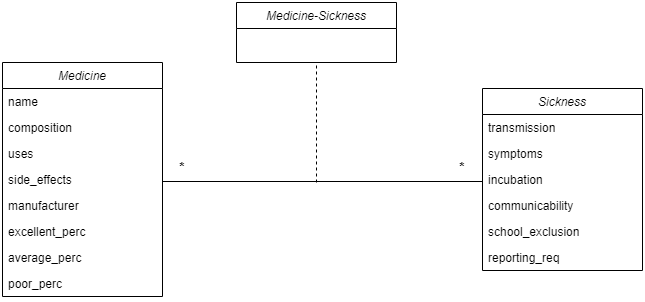
Earlier version of the draw.io export misc/pri_uml.png (sirkotal/primed). Source tidied: cells renumbered, new cells last; positions are measured from the earlier drawing's top-left corner, leaving out a move shared by most shapes.
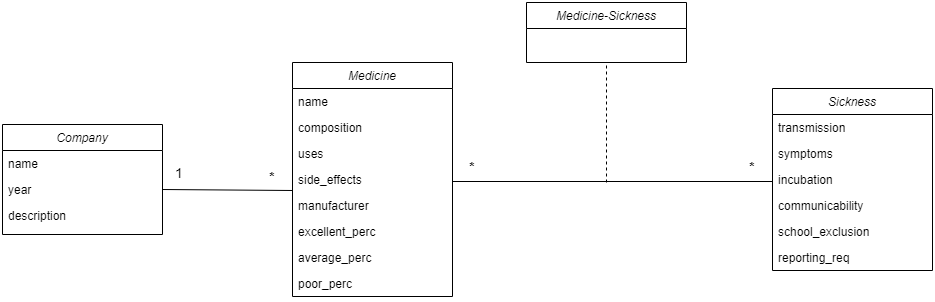
After the change.

Commit message:
Updated the UML diagram

What changed in the source:
```diff
@@ -59,15 +59,6 @@
         <mxPoint x="480" y="179" as="targetPoint" />
       </mxGeometry>
     </mxCell>
-    <mxCell id="20" style="endArrow=none;dashed=1;html=1;rounded=0;entryX=0.5;entryY=0.995;entryDx=0;entryDy=0;entryPerimeter=0;" parent="1" edge="1" target="x">
-      <mxGeometry relative="1" as="geometry">
-        <mxPoint x="314" y="170" as="sourcePoint" />
-        <Array as="points">
-          <mxPoint x="314" y="180" />
-          <mxPoint x="314" y="170" />
-        </Array>
-      </mxGeometry>
-    </mxCell>
     <mxCell id="21" style="endArrow=none;dashed=1;html=1;rounded=0;entryX=0.5;entryY=1;entryDx=0;entryDy=0;" parent="1" edge="1" target="18">
       <mxGeometry relative="1" as="geometry">
         <mxPoint x="314" y="180" as="sourcePoint" />
@@ -79,5 +70,28 @@
     <mxCell id="23" value="&lt;font style=&quot;font-size: 14px;&quot;&gt;&lt;b&gt;*&lt;/b&gt;&lt;/font&gt;" style="text;html=1;align=center;verticalAlign=middle;whiteSpace=wrap;rounded=0;" parent="1" vertex="1">
       <mxGeometry x="430" y="150" width="60" height="30" as="geometry" />
     </mxCell>
+    <mxCell id="24" value="Company" style="swimlane;fontStyle=2;align=center;verticalAlign=top;horizontal=1;startSize=26;rounded=0;shadow=0;strokeWidth=1;" parent="1" vertex="1">
+      <mxGeometry x="-290" y="122" width="160" height="110" as="geometry" />
+    </mxCell>
+    <mxCell id="25" value="name" style="text;align=left;verticalAlign=top;spacingLeft=4;spacingRight=4;overflow=hidden;" parent="24" vertex="1">
+      <mxGeometry y="26" width="160" height="26" as="geometry" />
+    </mxCell>
+    <mxCell id="26" value="year" style="text;align=left;verticalAlign=top;spacingLeft=4;spacingRight=4;overflow=hidden;points=[[0,0.5],[1,0.5]];portConstraint=eastwest;rounded=0;shadow=0;html=0;" parent="24" vertex="1">
+      <mxGeometry y="52" width="160" height="26" as="geometry" />
+    </mxCell>
+    <mxCell id="27" value="description" style="text;align=left;verticalAlign=top;spacingLeft=4;spacingRight=4;overflow=hidden;rounded=0;shadow=0;html=0;" parent="24" vertex="1">
+      <mxGeometry y="78" width="160" height="26" as="geometry" />
+    </mxCell>
+    <mxCell id="28" style="endArrow=none;html=1;rounded=0;exitX=1;exitY=0.5;exitDx=0;exitDy=0;" parent="1" edge="1" source="26">
+      <mxGeometry relative="1" as="geometry">
+        <mxPoint y="188" as="targetPoint" />
+      </mxGeometry>
+    </mxCell>
+    <mxCell id="29" value="&lt;font style=&quot;font-size: 14px;&quot;&gt;&lt;b&gt;*&lt;/b&gt;&lt;/font&gt;" style="text;html=1;align=center;verticalAlign=middle;whiteSpace=wrap;rounded=0;" parent="1" vertex="1">
+      <mxGeometry x="-50" y="160" width="60" height="30" as="geometry" />
+    </mxCell>
+    <mxCell id="30" value="&lt;span style=&quot;font-size: 14px;&quot;&gt;1&lt;/span&gt;" style="text;html=1;align=center;verticalAlign=middle;whiteSpace=wrap;rounded=0;" parent="1" vertex="1">
+      <mxGeometry x="-143" y="156" width="60" height="30" as="geometry" />
+    </mxCell>
   </root>
 </mxGraphModel>
```
